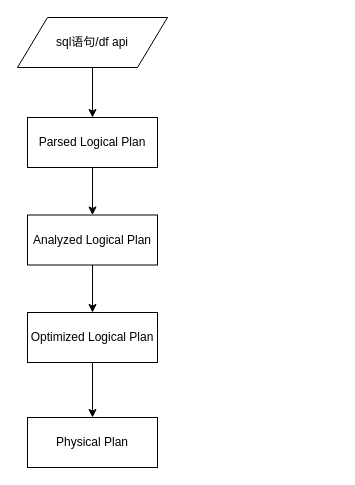
Above: SparkSql执行过程.drawio in yugecxy/diagram (draw.io), before the change. Source tidied: cells renumbered, new cells numbered last; positions are measured from the earlier drawing's top-left corner, leaving out a move shared by most shapes. Both pictures are drawn from the tidied source at 100%, with x=0, y=0 at pixel (17, 17).
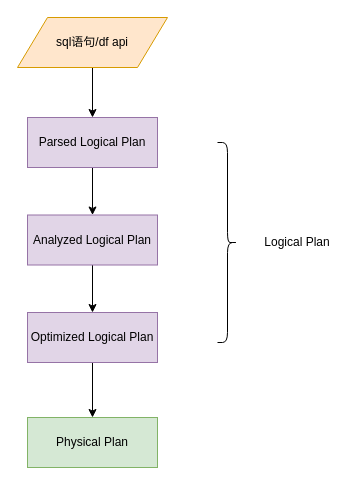
The same page after the edit.

Change to the diagram source:
```diff
@@
 <mxGraphModel>
   <root>
     <mxCell id="0" />
     <mxCell id="1" parent="0" />
     <mxCell id="2" style="edgeStyle=orthogonalEdgeStyle;rounded=0;jettySize=auto;html=1;" parent="1" edge="1" source="3" target="5">
       <mxGeometry relative="1" as="geometry" />
     </mxCell>
-    <mxCell id="3" value="Parsed Logical Plan" style="rounded=0;whiteSpace=wrap;html=1;" parent="1" vertex="1">
+    <mxCell id="3" value="Parsed Logical Plan" style="rounded=0;whiteSpace=wrap;html=1;fillColor=#e1d5e7;strokeColor=#9673a6;" parent="1" vertex="1">
       <mxGeometry x="10" y="100" width="130" height="50" as="geometry" />
     </mxCell>
     <mxCell id="4" style="edgeStyle=orthogonalEdgeStyle;rounded=0;jettySize=auto;html=1;" parent="1" edge="1" source="5" target="7">
       <mxGeometry relative="1" as="geometry" />
     </mxCell>
-    <mxCell id="5" value="Analyzed Logical Plan" style="rounded=0;whiteSpace=wrap;html=1;" parent="1" vertex="1">
+    <mxCell id="5" value="Analyzed Logical Plan" style="rounded=0;whiteSpace=wrap;html=1;fillColor=#e1d5e7;strokeColor=#9673a6;" parent="1" vertex="1">
       <mxGeometry x="10" y="197.5" width="130" height="50" as="geometry" />
     </mxCell>
     <mxCell id="6" style="edgeStyle=orthogonalEdgeStyle;rounded=0;jettySize=auto;html=1;" parent="1" edge="1" source="7" target="8">
       <mxGeometry relative="1" as="geometry" />
     </mxCell>
-    <mxCell id="7" value="Optimized Logical Plan" style="rounded=0;whiteSpace=wrap;html=1;" parent="1" vertex="1">
+    <mxCell id="7" value="Optimized Logical Plan" style="rounded=0;whiteSpace=wrap;html=1;fillColor=#e1d5e7;strokeColor=#9673a6;" parent="1" vertex="1">
       <mxGeometry x="10" y="295" width="130" height="50" as="geometry" />
     </mxCell>
-    <mxCell id="8" value="Physical Plan" style="rounded=0;whiteSpace=wrap;html=1;" parent="1" vertex="1">
+    <mxCell id="8" value="Physical Plan" style="rounded=0;whiteSpace=wrap;html=1;fillColor=#d5e8d4;strokeColor=#82b366;" parent="1" vertex="1">
       <mxGeometry x="10" y="400" width="130" height="50" as="geometry" />
     </mxCell>
     <mxCell id="9" style="edgeStyle=orthogonalEdgeStyle;rounded=0;jettySize=auto;html=1;exitX=0.5;exitY=1;exitDx=0;exitDy=0;" parent="1" edge="1" source="10" target="3">
       <mxGeometry relative="1" as="geometry" />
     </mxCell>
-    <mxCell id="10" value="sql语句/df api" style="shape=parallelogram;perimeter=parallelogramPerimeter;whiteSpace=wrap;html=1;" parent="1" vertex="1">
+    <mxCell id="10" value="sql语句/df api" style="shape=parallelogram;perimeter=parallelogramPerimeter;whiteSpace=wrap;html=1;fillColor=#ffe6cc;strokeColor=#d79b00;" parent="1" vertex="1">
       <mxGeometry width="150" height="50" as="geometry" />
     </mxCell>
+    <mxCell id="11" style="shape=curlyBracket;whiteSpace=wrap;html=1;rounded=1;direction=west;" parent="1" vertex="1">
+      <mxGeometry x="200" y="125" width="20" height="200" as="geometry" />
+    </mxCell>
+    <mxCell id="12" value="Logical Plan" style="text;html=1;strokeColor=none;fillColor=none;align=center;verticalAlign=middle;whiteSpace=wrap;rounded=0;" parent="1" vertex="1">
+      <mxGeometry x="240" y="215" width="80" height="20" as="geometry" />
+    </mxCell>
   </root>
 </mxGraphModel>
```
